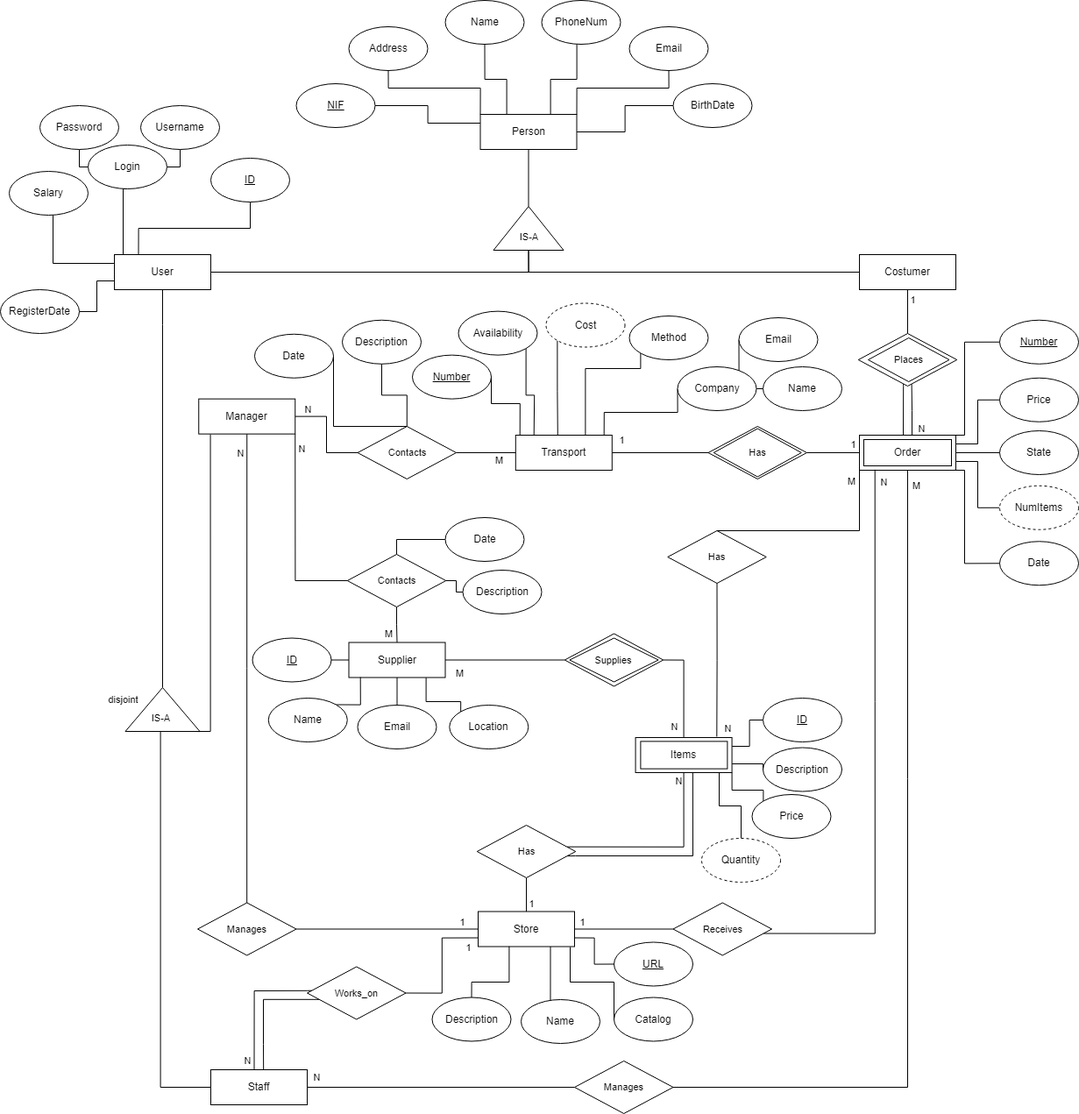
Above: Images/DER.png in ZeMendes17/BD_Project (draw.io), before the change. Source tidied: cells renumbered, new cells last; positions are measured from the earlier drawing's top-left corner, leaving out a move shared by most shapes.
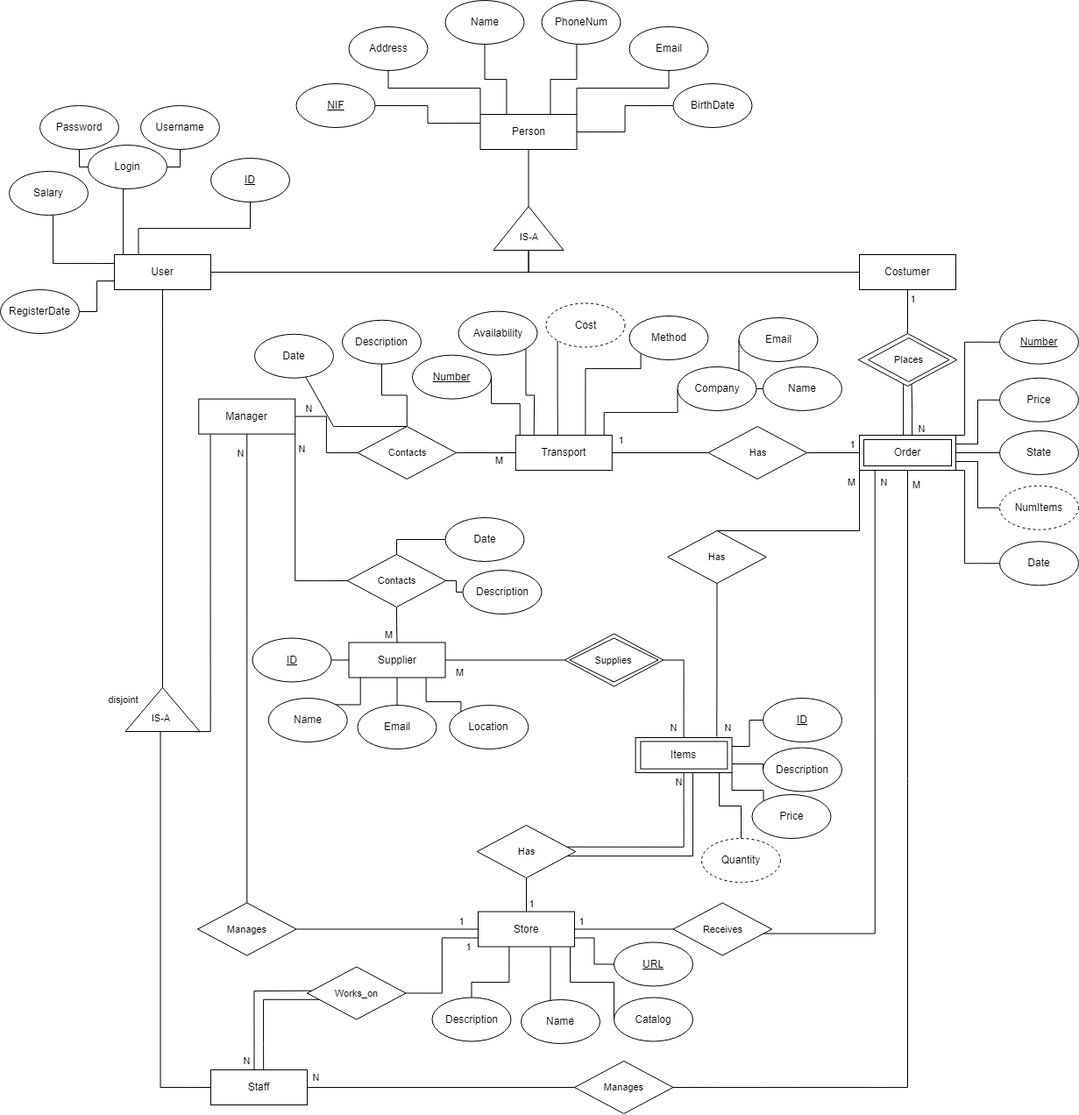
After the commit.

Change to the diagram source:
```diff
@@ -568,9 +568,6 @@
     <mxCell id="130" value="Supplies" style="rhombus;whiteSpace=wrap;html=1;fontFamily=Helvetica;fontSize=11;fontColor=default;" parent="1" vertex="1">
       <mxGeometry x="649.4" y="727.5" width="101.2" height="50" as="geometry" />
     </mxCell>
-    <mxCell id="131" value="Has" style="rhombus;whiteSpace=wrap;html=1;fontFamily=Helvetica;fontSize=11;fontColor=default;" parent="1" vertex="1">
-      <mxGeometry x="813.8" y="488.5" width="100" height="55" as="geometry" />
-    </mxCell>
     <mxCell id="132" style="edgeStyle=orthogonalEdgeStyle;rounded=0;jettySize=auto;html=1;entryX=0;entryY=0.75;entryDx=0;entryDy=0;endArrow=none;endFill=0;" parent="1" edge="1" source="133" target="20">
       <mxGeometry relative="1" as="geometry" />
     </mxCell>
```
